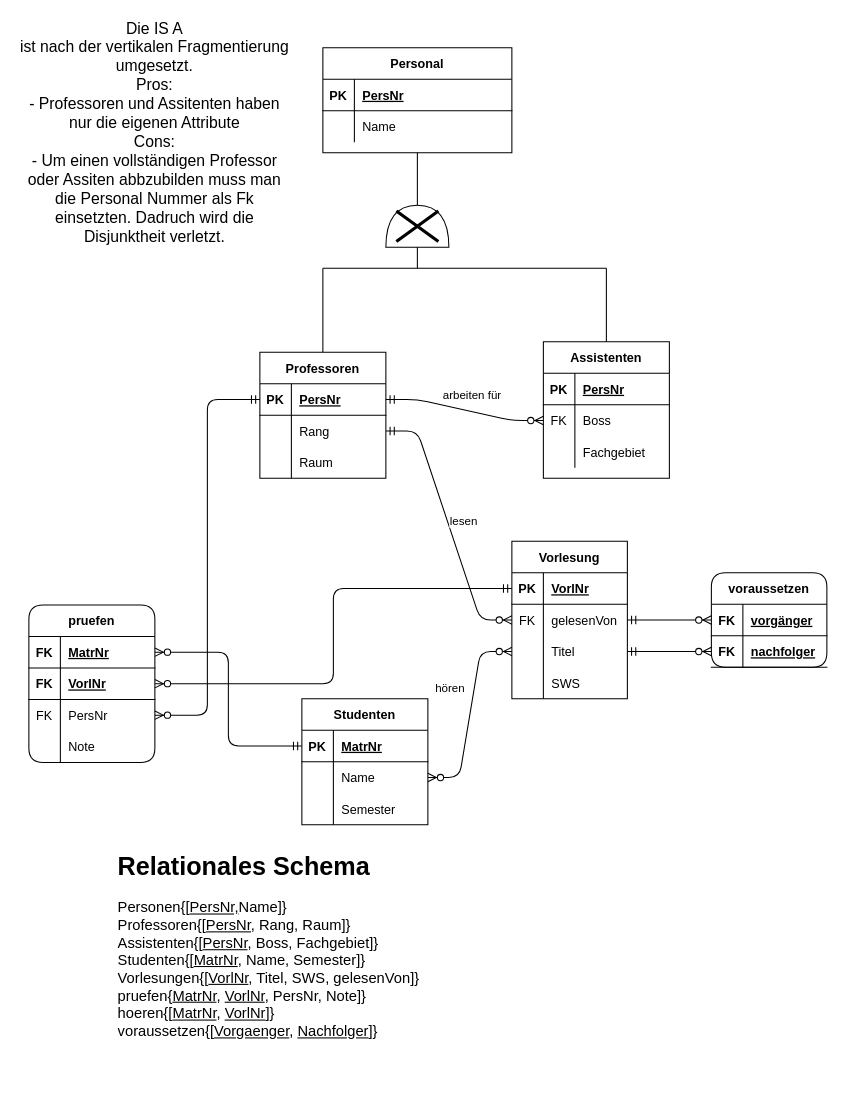
Before: P1_A1_EERD.drawio in TobiasMusiol/DB2_SoSem21, a draw.io diagram. Source tidied: cells renumbered, new cells numbered last; positions are measured from the earlier drawing's top-left corner, leaving out a move shared by most shapes. Both pictures are drawn from the tidied source at 105%, with x=0, y=0 at pixel (18, 20).
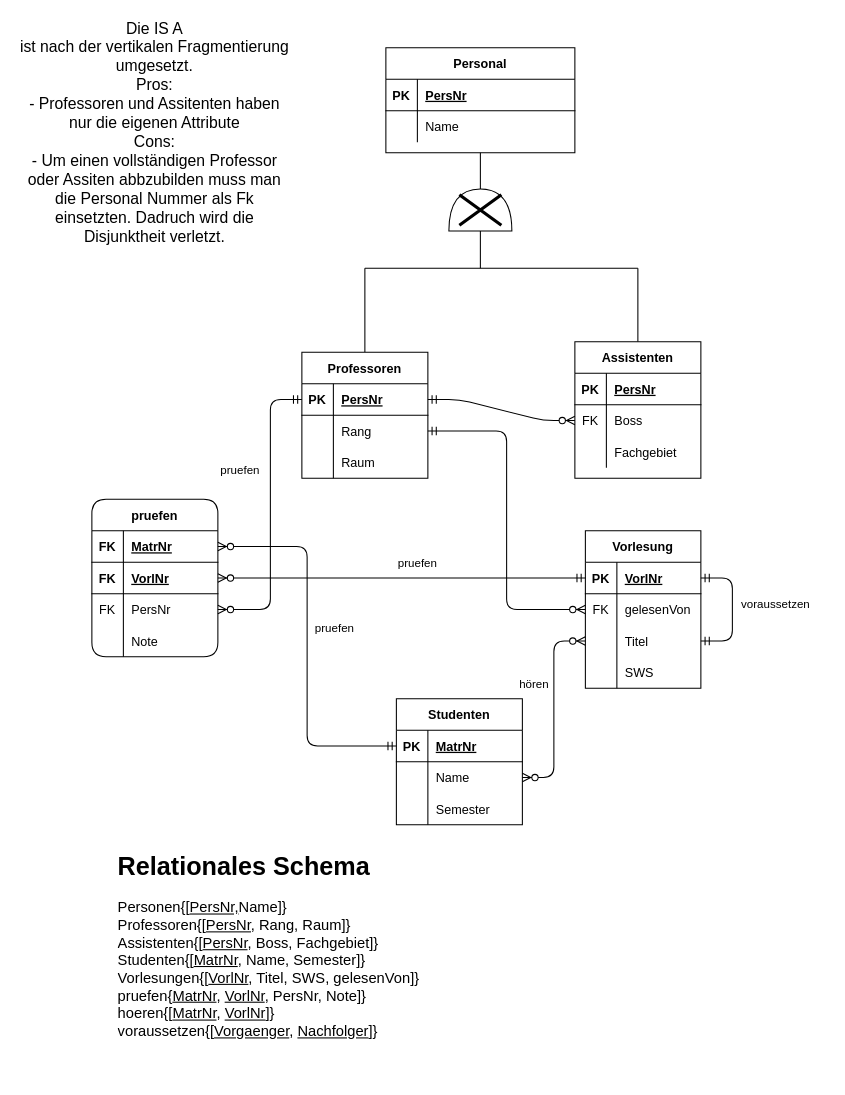
Above is the later version.

Unchanged cells that the change refers to:
```xml
<mxCell id="13" style="shape=partialRectangle;fillColor=none;top=0;left=0;bottom=1;right=0;points=[[0,0.5],[1,0.5]];portConstraint=eastwest;" parent="12" vertex="1">
  <mxGeometry y="30" width="110" height="30" as="geometry" />
</mxCell>
<mxCell id="16" style="shape=partialRectangle;fillColor=none;top=0;left=0;bottom=0;right=0;points=[[0,0.5],[1,0.5]];portConstraint=eastwest;" parent="12" vertex="1">
  <mxGeometry y="60" width="110" height="30" as="geometry" />
</mxCell>
<mxCell id="19" style="shape=partialRectangle;fillColor=none;top=0;left=0;bottom=0;right=0;points=[[0,0.5],[1,0.5]];portConstraint=eastwest;" parent="12" vertex="1">
  <mxGeometry y="90" width="110" height="30" as="geometry" />
</mxCell>
<mxCell id="41" style="shape=partialRectangle;fillColor=none;top=0;left=0;bottom=1;right=0;points=[[0,0.5],[1,0.5]];portConstraint=eastwest;" parent="40" vertex="1">
  <mxGeometry y="30" width="120" height="30" as="geometry" />
</mxCell>
<mxCell id="44" style="shape=partialRectangle;fillColor=none;top=0;left=0;bottom=0;right=0;points=[[0,0.5],[1,0.5]];portConstraint=eastwest;" parent="40" vertex="1">
  <mxGeometry y="60" width="120" height="30" as="geometry" />
</mxCell>
<mxCell id="77" style="shape=partialRectangle;fillColor=none;top=0;left=0;bottom=0;right=0;points=[[0,0.5],[1,0.5]];portConstraint=eastwest;" parent="70" vertex="1">
  <mxGeometry y="90" width="120" height="30" as="geometry" />
</mxCell>
<mxCell id="83" style="edgeStyle=elbowEdgeStyle;fontSize=12;html=1;endArrow=ERzeroToMany;startArrow=ERmandOne;" parent="1" edge="1" source="3" target="71">
  <mxGeometry relative="1" as="geometry" />
</mxCell>
<mxCell id="85" style="edgeStyle=entityRelationEdgeStyle;fontSize=12;html=1;endArrow=ERzeroToMany;startArrow=ERmandOne;" parent="1" edge="1" source="41" target="34">
  <mxGeometry relative="1" as="geometry" />
</mxCell>
<mxCell id="92" style="edgeStyle=elbowEdgeStyle;fontSize=12;html=1;endArrow=ERzeroToMany;startArrow=ERmandOne;exitX=0;exitY=0.5;exitDx=0;exitDy=0;" parent="1" edge="1" source="13" target="74">
  <mxGeometry relative="1" as="geometry" />
</mxCell>
```

Change to the diagram source:
```diff
@@
     <mxCell id="2" value="Studenten" style="shape=table;startSize=30;childLayout=tableLayout;rowLines=0;fontStyle=1;align=center;" parent="1" vertex="1">
-      <mxGeometry x="270" y="646" width="120" height="120" as="geometry" />
+      <mxGeometry x="360" y="646" width="120" height="120" as="geometry" />
     </mxCell>
@@
     <mxCell id="12" value="Vorlesung" style="shape=table;startSize=30;childLayout=tableLayout;rowLines=0;fontStyle=1;align=center;rounded=0;" parent="1" vertex="1">
-      <mxGeometry x="470" y="496" width="110" height="150" as="geometry" />
+      <mxGeometry x="540" y="486" width="110" height="150" as="geometry" />
     </mxCell>
@@
+    <mxCell id="94" style="edgeStyle=entityRelationEdgeStyle;fontSize=12;html=1;endArrow=ERmandOne;startArrow=ERmandOne;entryX=1;entryY=0.5;entryDx=0;entryDy=0;exitX=1;exitY=0.5;exitDx=0;exitDy=0;" parent="12" edge="1" source="19" target="13">
+      <mxGeometry relative="1" as="geometry" />
+    </mxCell>
+    <mxCell id="60" value="&lt;div&gt;voraussetzen&lt;/div&gt;" style="edgeLabel;html=1;align=center;verticalAlign=middle;" parent="94" vertex="1">
+      <mxGeometry x="0.13" y="2" relative="1" as="geometry">
+        <mxPoint x="42" y="2" as="offset" />
+      </mxGeometry>
+    </mxCell>
     <mxCell id="25" style="shape=or;whiteSpace=wrap;html=1;rotation=-90;" parent="1" vertex="1">
-      <mxGeometry x="360" y="166" width="40" height="60" as="geometry" />
+      <mxGeometry x="420" y="150.5" width="40" height="60" as="geometry" />
     </mxCell>
     <mxCell id="26" style="shape=umlDestroy;whiteSpace=wrap;html=1;strokeWidth=3;" parent="1" vertex="1">
-      <mxGeometry x="360" y="181.5" width="40" height="29" as="geometry" />
+      <mxGeometry x="420" y="166" width="40" height="29" as="geometry" />
     </mxCell>
     <mxCell id="27" style="endArrow=none;html=1;rounded=0;entryX=0.5;entryY=0;entryDx=0;entryDy=0;" parent="1" edge="1" target="30">
       <mxGeometry relative="1" as="geometry">
-        <mxPoint x="560" y="236" as="sourcePoint" />
+        <mxPoint x="590" y="236" as="sourcePoint" />
       </mxGeometry>
     </mxCell>
     <mxCell id="28" style="endArrow=none;html=1;rounded=0;entryX=0.5;entryY=0;entryDx=0;entryDy=0;" parent="1" edge="1" target="40">
       <mxGeometry relative="1" as="geometry">
-        <mxPoint x="290" y="236" as="sourcePoint" />
+        <mxPoint x="330" y="236" as="sourcePoint" />
       </mxGeometry>
     </mxCell>
     <mxCell id="29" style="endArrow=none;html=1;rounded=0;" parent="1" edge="1">
       <mxGeometry relative="1" as="geometry">
-        <mxPoint x="290" y="236" as="sourcePoint" />
-        <mxPoint x="560" y="236" as="targetPoint" />
+        <mxPoint x="330" y="236" as="sourcePoint" />
+        <mxPoint x="590" y="236" as="targetPoint" />
       </mxGeometry>
     </mxCell>
     <mxCell id="30" value="Assistenten" style="shape=table;startSize=30;childLayout=tableLayout;rowLines=0;fontStyle=1;align=center;" parent="1" vertex="1">
-      <mxGeometry x="500" y="306" width="120" height="130" as="geometry" />
+      <mxGeometry x="530" y="306" width="120" height="130" as="geometry" />
     </mxCell>
@@
     <mxCell id="40" value="Professoren" style="shape=table;startSize=30;childLayout=tableLayout;rowLines=0;fontStyle=1;align=center;" parent="1" vertex="1">
-      <mxGeometry x="230" y="316" width="120" height="120" as="geometry" />
+      <mxGeometry x="270" y="316" width="120" height="120" as="geometry" />
     </mxCell>
@@
     <mxCell id="53" value="Personal" style="shape=table;startSize=30;childLayout=tableLayout;rowLines=0;fontStyle=1;align=center;" parent="1" vertex="1">
-      <mxGeometry x="290" y="26" width="180" height="100" as="geometry" />
+      <mxGeometry x="350" y="26" width="180" height="100" as="geometry" />
     </mxCell>
@@
-    <mxCell id="60" value="voraussetzen" style="shape=table;startSize=30;childLayout=tableLayout;rowLines=0;fontStyle=1;align=center;rounded=1;" parent="1" vertex="1">
-      <mxGeometry x="660" y="526" width="110" height="90" as="geometry" />
-    </mxCell>
-    <mxCell id="61" style="shape=partialRectangle;fillColor=none;top=0;left=0;bottom=1;right=0;points=[[0,0.5],[1,0.5]];portConstraint=eastwest;" parent="60" vertex="1">
-      <mxGeometry y="30" width="110" height="30" as="geometry" />
-    </mxCell>
-    <mxCell id="62" value="FK" style="shape=partialRectangle;fillColor=none;top=0;left=0;bottom=0;right=0;fontStyle=1;overflow=hidden;" parent="61" vertex="1">
-      <mxGeometry width="30" height="30" as="geometry" />
-    </mxCell>
-    <mxCell id="63" value="vorgänger" style="shape=partialRectangle;fillColor=none;top=0;left=0;bottom=0;right=0;align=left;spacingLeft=6;fontStyle=5;overflow=hidden;" parent="61" vertex="1">
-      <mxGeometry x="30" width="80" height="30" as="geometry" />
-    </mxCell>
-    <mxCell id="64" style="shape=partialRectangle;fillColor=none;top=0;left=0;bottom=1;right=0;points=[[0,0.5],[1,0.5]];portConstraint=eastwest;" parent="60" vertex="1">
-      <mxGeometry y="60" width="110" height="30" as="geometry" />
-    </mxCell>
-    <mxCell id="65" value="FK" style="shape=partialRectangle;fillColor=none;top=0;left=0;bottom=0;right=0;fontStyle=1;overflow=hidden;" parent="64" vertex="1">
-      <mxGeometry width="30" height="30" as="geometry" />
-    </mxCell>
-    <mxCell id="66" value="nachfolger" style="shape=partialRectangle;fillColor=none;top=0;left=0;bottom=0;right=0;align=left;spacingLeft=6;fontStyle=5;overflow=hidden;" parent="64" vertex="1">
-      <mxGeometry x="30" width="80" height="30" as="geometry" />
-    </mxCell>
     <mxCell id="67" style="endArrow=none;html=1;rounded=0;exitX=0;exitY=0.5;exitDx=0;exitDy=0;exitPerimeter=0;" parent="1" edge="1" source="25">
       <mxGeometry relative="1" as="geometry">
-        <mxPoint x="380" y="236" as="targetPoint" />
+        <mxPoint x="440" y="236" as="targetPoint" />
       </mxGeometry>
     </mxCell>
-    <mxCell id="68" style="edgeStyle=entityRelationEdgeStyle;fontSize=12;html=1;endArrow=ERzeroToMany;startArrow=ERmandOne;" parent="1" edge="1" source="12" target="61">
-      <mxGeometry relative="1" as="geometry" />
-    </mxCell>
-    <mxCell id="69" style="edgeStyle=entityRelationEdgeStyle;fontSize=12;html=1;endArrow=ERzeroToMany;startArrow=ERmandOne;elbow=vertical;" parent="1" edge="1" source="19" target="64">
-      <mxGeometry relative="1" as="geometry" />
-    </mxCell>
     <mxCell id="70" value="pruefen" style="shape=table;startSize=30;childLayout=tableLayout;rowLines=0;fontStyle=1;align=center;rounded=1;" parent="1" vertex="1">
-      <mxGeometry x="10" y="556.6" width="120" height="150" as="geometry" />
+      <mxGeometry x="70" y="456" width="120" height="150" as="geometry" />
     </mxCell>
@@
+    <mxCell id="95" value="&lt;div&gt;pruefen&lt;/div&gt;" style="edgeLabel;html=1;align=center;verticalAlign=middle;" parent="83" vertex="1">
+      <mxGeometry x="0.1" relative="1" as="geometry">
+        <mxPoint x="25" as="offset" />
+      </mxGeometry>
+    </mxCell>
@@
-    <mxCell id="86" value="&lt;div&gt;arbeiten für&lt;/div&gt;" style="edgeLabel;html=1;align=center;verticalAlign=middle;" parent="85" vertex="1">
-      <mxGeometry x="0.01" y="-2" relative="1" as="geometry">
-        <mxPoint x="6" y="-17" as="offset" />
-      </mxGeometry>
-    </mxCell>
-    <mxCell id="87" style="edgeStyle=entityRelationEdgeStyle;fontSize=12;html=1;endArrow=ERzeroToMany;startArrow=ERmandOne;entryX=0;entryY=0.5;entryDx=0;entryDy=0;exitX=1;exitY=0.5;exitDx=0;exitDy=0;" parent="1" edge="1" source="44" target="16">
+    <mxCell id="87" style="edgeStyle=elbowEdgeStyle;fontSize=12;html=1;endArrow=ERzeroToMany;startArrow=ERmandOne;entryX=0;entryY=0.5;entryDx=0;entryDy=0;exitX=1;exitY=0.5;exitDx=0;exitDy=0;" parent="1" edge="1" source="44" target="16">
       <mxGeometry relative="1" as="geometry" />
     </mxCell>
-    <mxCell id="88" value="&lt;div&gt;lesen&lt;/div&gt;" style="edgeLabel;html=1;align=center;verticalAlign=middle;" parent="87" vertex="1">
+    <mxCell id="88" value="&lt;div&gt;&lt;br&gt;&lt;/div&gt;&lt;div&gt;&lt;br&gt;&lt;/div&gt;" style="edgeLabel;html=1;align=center;verticalAlign=middle;" parent="87" vertex="1">
       <mxGeometry x="0.03" y="1" relative="1" as="geometry">
-        <mxPoint x="11" y="-8" as="offset" />
+        <mxPoint x="19" y="-8" as="offset" />
       </mxGeometry>
     </mxCell>
-    <mxCell id="89" style="edgeStyle=elbowEdgeStyle;fontSize=12;html=1;endArrow=ERzeroToMany;startArrow=ERmandOne;exitX=0;exitY=0.5;exitDx=0;exitDy=0;" parent="1" edge="1" source="41" target="77">
+    <mxCell id="89" style="edgeStyle=elbowEdgeStyle;fontSize=12;html=1;endArrow=ERzeroToMany;startArrow=ERmandOne;exitX=0;exitY=0.5;exitDx=0;exitDy=0;entryX=1;entryY=0.5;entryDx=0;entryDy=0;" parent="1" edge="1" source="41" target="77">
       <mxGeometry relative="1" as="geometry">
         <Array as="points">
-          <mxPoint x="180" y="376" />
+          <mxPoint x="240" y="466" />
+          <mxPoint x="270" y="466" />
         </Array>
       </mxGeometry>
     </mxCell>
+    <mxCell id="96" value="pruefen" style="edgeLabel;html=1;align=center;verticalAlign=middle;" parent="89" vertex="1">
+      <mxGeometry x="-0.31" y="-1" relative="1" as="geometry">
+        <mxPoint x="-29" y="-1" as="offset" />
+      </mxGeometry>
+    </mxCell>
@@
+    <mxCell id="97" value="&lt;div&gt;pruefen&lt;/div&gt;" style="edgeLabel;html=1;align=center;verticalAlign=middle;" parent="92" vertex="1">
+      <mxGeometry x="-0.28" y="1" relative="1" as="geometry">
+        <mxPoint x="-35" y="-16" as="offset" />
+      </mxGeometry>
+    </mxCell>
```
